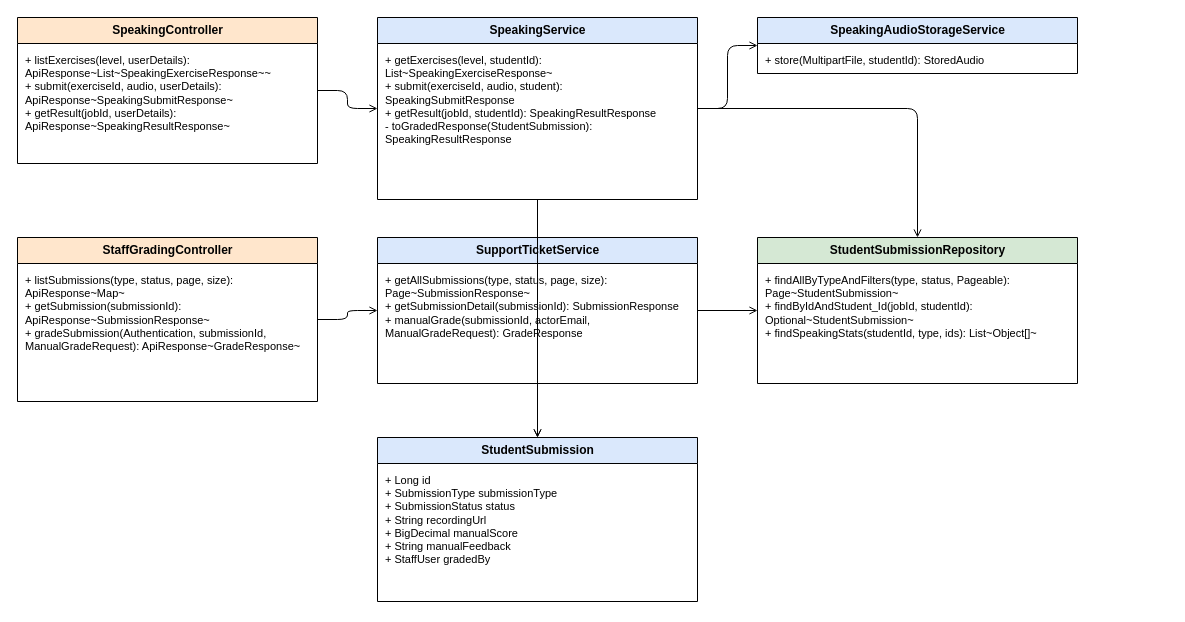
The draw.io diagram docs/07-Release-Documents/diagrams/sds/class-speaking.drawio in hung02042005/Japanese-Skill-Practice-Platform, before the edit. Source tidied: cells renumbered, new cells numbered last; positions are measured from the earlier drawing's top-left corner, leaving out a move shared by most shapes. Both pictures are drawn from the tidied source at 100%, with x=0, y=0 at pixel (17, 17).
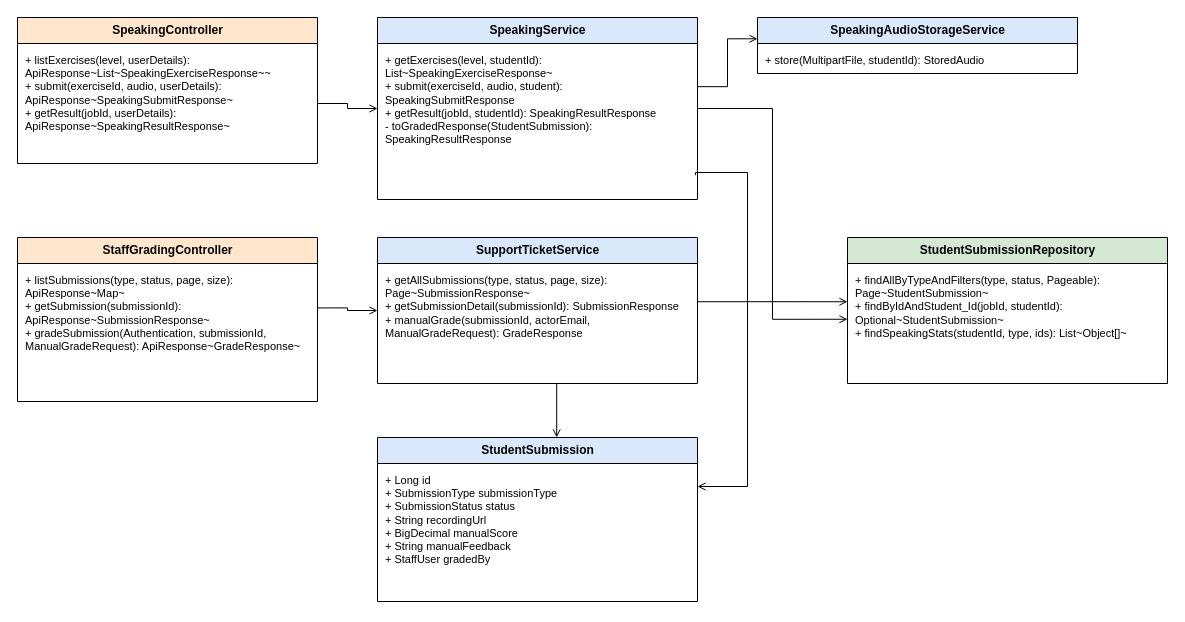
The same page after the edit.

Unchanged cells that the change refers to:
```xml
<mxCell id="2" value="SpeakingController" style="swimlane;fontStyle=1;horizontal=1;startSize=26;html=1;fillColor=#ffe6cc;" parent="1" vertex="1">
  <mxGeometry width="300" height="146" as="geometry" />
</mxCell>
<mxCell id="3" value="+ listExercises(level, userDetails): ApiResponse~List~SpeakingExerciseResponse~~&#10;+ submit(exerciseId, audio, userDetails): ApiResponse~SpeakingSubmitResponse~&#10;+ getResult(jobId, userDetails): ApiResponse~SpeakingResultResponse~" style="text;html=1;align=left;verticalAlign=top;spacingLeft=6;spacingRight=4;spacingTop=4;overflow=hidden;whiteSpace=wrap;fontSize=11;" parent="2" vertex="1">
  <mxGeometry y="26" width="300" height="120" as="geometry" />
</mxCell>
<mxCell id="4" value="SpeakingService" style="swimlane;fontStyle=1;horizontal=1;startSize=26;html=1;fillColor=#dae8fc;" parent="1" vertex="1">
  <mxGeometry x="360" width="320" height="182" as="geometry" />
</mxCell>
<mxCell id="5" value="+ getExercises(level, studentId): List~SpeakingExerciseResponse~&#10;+ submit(exerciseId, audio, student): SpeakingSubmitResponse&#10;+ getResult(jobId, studentId): SpeakingResultResponse&#10;- toGradedResponse(StudentSubmission): SpeakingResultResponse" style="text;html=1;align=left;verticalAlign=top;spacingLeft=6;spacingRight=4;spacingTop=4;overflow=hidden;whiteSpace=wrap;fontSize=11;" parent="4" vertex="1">
  <mxGeometry y="26" width="320" height="156" as="geometry" />
</mxCell>
<mxCell id="6" value="SpeakingAudioStorageService" style="swimlane;fontStyle=1;horizontal=1;startSize=26;html=1;fillColor=#dae8fc;" parent="1" vertex="1">
  <mxGeometry x="740" width="320" height="56" as="geometry" />
</mxCell>
<mxCell id="8" value="StaffGradingController" style="swimlane;fontStyle=1;horizontal=1;startSize=26;html=1;fillColor=#ffe6cc;" parent="1" vertex="1">
  <mxGeometry y="220" width="300" height="164" as="geometry" />
</mxCell>
<mxCell id="9" value="+ listSubmissions(type, status, page, size): ApiResponse~Map~&#10;+ getSubmission(submissionId): ApiResponse~SubmissionResponse~&#10;+ gradeSubmission(Authentication, submissionId, ManualGradeRequest): ApiResponse~GradeResponse~" style="text;html=1;align=left;verticalAlign=top;spacingLeft=6;spacingRight=4;spacingTop=4;overflow=hidden;whiteSpace=wrap;fontSize=11;" parent="8" vertex="1">
  <mxGeometry y="26" width="300" height="138" as="geometry" />
</mxCell>
<mxCell id="10" value="SupportTicketService" style="swimlane;fontStyle=1;horizontal=1;startSize=26;html=1;fillColor=#dae8fc;" parent="1" vertex="1">
  <mxGeometry x="360" y="220" width="320" height="146" as="geometry" />
</mxCell>
<mxCell id="14" value="StudentSubmission" style="swimlane;fontStyle=1;horizontal=1;startSize=26;html=1;fillColor=#dae8fc;" parent="1" vertex="1">
  <mxGeometry x="360" y="420" width="320" height="164" as="geometry" />
</mxCell>
<mxCell id="15" value="+ Long id&#10;+ SubmissionType submissionType&#10;+ SubmissionStatus status&#10;+ String recordingUrl&#10;+ BigDecimal manualScore&#10;+ String manualFeedback&#10;+ StaffUser gradedBy" style="text;html=1;align=left;verticalAlign=top;spacingLeft=6;spacingRight=4;spacingTop=4;overflow=hidden;whiteSpace=wrap;fontSize=11;" parent="14" vertex="1">
  <mxGeometry y="26" width="320" height="138" as="geometry" />
</mxCell>
```

Change to the diagram source:
```diff
@@
     <mxCell id="12" value="StudentSubmissionRepository" style="swimlane;fontStyle=1;horizontal=1;startSize=26;html=1;fillColor=#d5e8d4;" parent="1" vertex="1">
-      <mxGeometry x="740" y="220" width="320" height="146" as="geometry" />
+      <mxGeometry x="830" y="220" width="320" height="146" as="geometry" />
     </mxCell>
@@
-    <mxCell id="16" style="edgeStyle=orthogonalEdgeStyle;html=1;endArrow=open;fontSize=10;" parent="1" edge="1" source="2" target="4">
+    <mxCell id="16" style="edgeStyle=orthogonalEdgeStyle;html=1;endArrow=open;fontSize=10;labelBackgroundColor=#ffffff;rounded=0;exitX=1;exitY=0.5;exitDx=0;exitDy=0;entryX=0;entryY=0.5;entryDx=0;entryDy=0;" parent="1" edge="1" source="3" target="4">
       <mxGeometry relative="1" as="geometry" />
     </mxCell>
-    <mxCell id="17" style="edgeStyle=orthogonalEdgeStyle;html=1;endArrow=open;fontSize=10;" parent="1" edge="1" source="4" target="6">
+    <mxCell id="17" style="edgeStyle=orthogonalEdgeStyle;html=1;endArrow=open;fontSize=10;labelBackgroundColor=#ffffff;rounded=0;exitX=1;exitY=0.38;exitDx=0;exitDy=0;entryX=0;entryY=0.38;entryDx=0;entryDy=0;" parent="1" edge="1" source="4" target="6">
       <mxGeometry relative="1" as="geometry" />
     </mxCell>
-    <mxCell id="18" style="edgeStyle=orthogonalEdgeStyle;html=1;endArrow=open;fontSize=10;" parent="1" edge="1" source="4" target="12">
+    <mxCell id="18" style="edgeStyle=orthogonalEdgeStyle;html=1;endArrow=open;fontSize=10;labelBackgroundColor=#ffffff;rounded=0;exitX=1;exitY=0.5;exitDx=0;exitDy=0;entryX=0;entryY=0.44;entryDx=0;entryDy=0;" parent="1" edge="1" source="4" target="12">
       <mxGeometry relative="1" as="geometry" />
     </mxCell>
-    <mxCell id="19" style="edgeStyle=orthogonalEdgeStyle;html=1;endArrow=open;fontSize=10;" parent="1" edge="1" source="8" target="10">
+    <mxCell id="19" style="edgeStyle=orthogonalEdgeStyle;html=1;endArrow=open;fontSize=10;labelBackgroundColor=#ffffff;rounded=0;exitX=0.999;exitY=0.322;exitDx=0;exitDy=0;entryX=0;entryY=0.5;entryDx=0;entryDy=0;exitPerimeter=0;" parent="1" edge="1" source="9" target="10">
       <mxGeometry relative="1" as="geometry" />
     </mxCell>
-    <mxCell id="20" style="edgeStyle=orthogonalEdgeStyle;html=1;endArrow=open;fontSize=10;" parent="1" edge="1" source="10" target="12">
+    <mxCell id="20" style="edgeStyle=orthogonalEdgeStyle;html=1;endArrow=open;fontSize=10;labelBackgroundColor=#ffffff;rounded=0;exitX=1;exitY=0.44;exitDx=0;exitDy=0;entryX=0;entryY=0.56;entryDx=0;entryDy=0;" parent="1" edge="1" source="10" target="12">
       <mxGeometry relative="1" as="geometry" />
     </mxCell>
-    <mxCell id="21" style="edgeStyle=orthogonalEdgeStyle;html=1;endArrow=open;fontSize=10;" parent="1" edge="1" source="4" target="14">
-      <mxGeometry relative="1" as="geometry" />
+    <mxCell id="21" style="edgeStyle=orthogonalEdgeStyle;html=1;endArrow=open;fontSize=10;labelBackgroundColor=#ffffff;rounded=0;exitX=0.994;exitY=0.844;exitDx=0;exitDy=0;exitPerimeter=0;" parent="1" edge="1" source="5" target="15">
+      <mxGeometry relative="1" as="geometry">
+        <Array as="points">
+          <mxPoint x="678" y="155" />
+          <mxPoint x="730" y="155" />
+          <mxPoint x="730" y="469" />
+        </Array>
+      </mxGeometry>
     </mxCell>
-    <mxCell id="22" style="edgeStyle=orthogonalEdgeStyle;html=1;endArrow=open;fontSize=10;" parent="1" edge="1" source="10" target="14">
+    <mxCell id="22" style="edgeStyle=orthogonalEdgeStyle;html=1;endArrow=open;fontSize=10;labelBackgroundColor=#ffffff;rounded=0;exitX=0.56;exitY=1;exitDx=0;exitDy=0;entryX=0.56;entryY=0;entryDx=0;entryDy=0;" parent="1" edge="1" source="10" target="14">
       <mxGeometry relative="1" as="geometry" />
     </mxCell>
```
